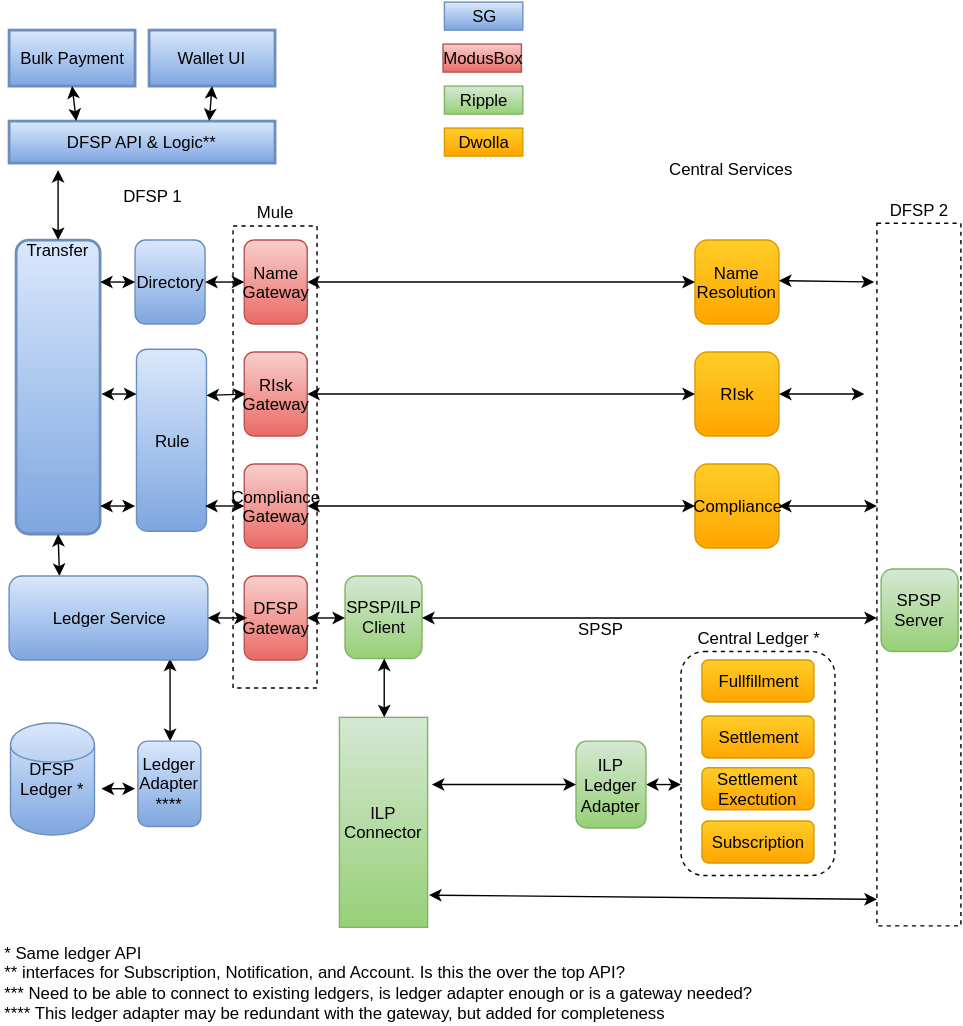
Above: Wiki/Top Level Architecture.svg in maduhu/Documentation (draw.io), before the change. Source tidied: cells renumbered, new cells last; positions are measured from the earlier drawing's top-left corner, leaving out a move shared by most shapes.
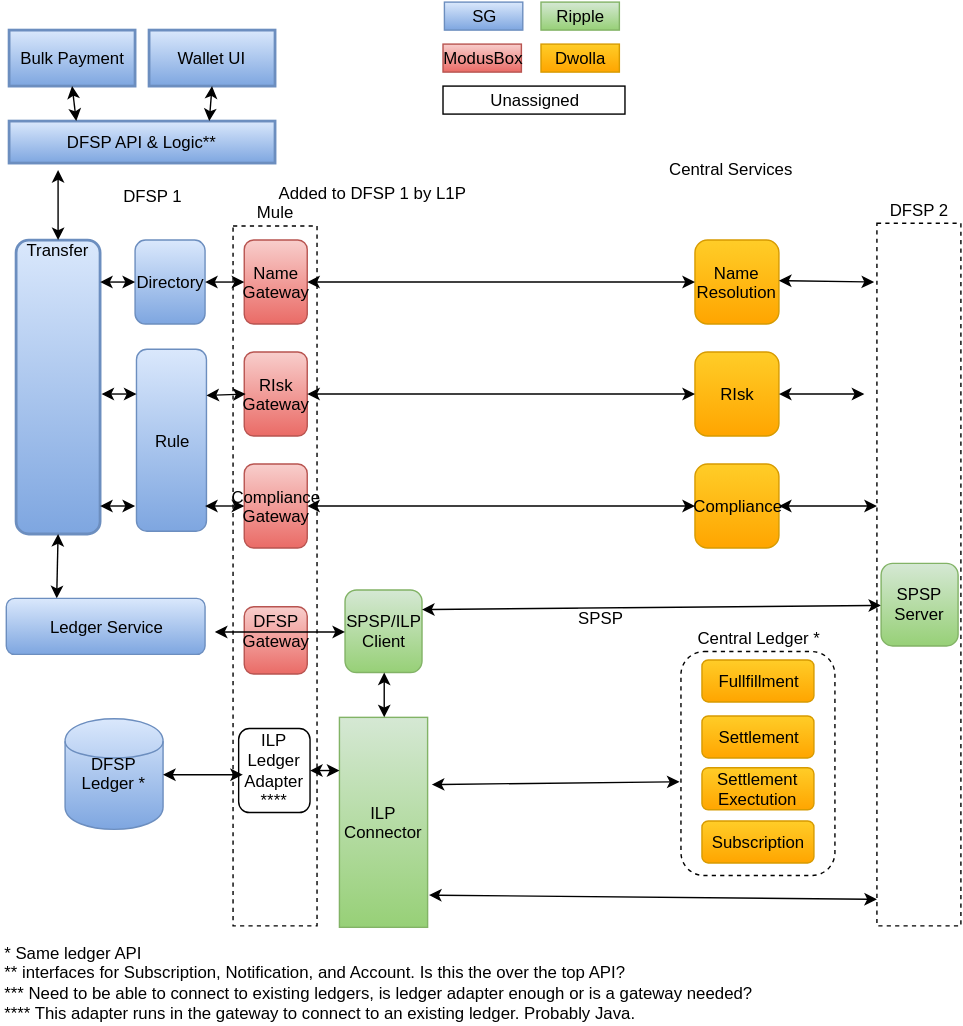
Above is the later version.

Commit message:
Simplified adapter

Moved the adapter into the gateway

The edit, as a diff of the source:
```diff
@@ -6,10 +6,10 @@
       <mxGeometry x="485" y="464" width="110" height="160" as="geometry" />
     </mxCell>
     <mxCell id="3" value="Mule" style="whiteSpace=wrap;html=1;fillColor=none;dashed=1;labelPosition=center;verticalLabelPosition=top;align=center;verticalAlign=bottom;" parent="1" vertex="1">
-      <mxGeometry x="165" y="160" width="60" height="330" as="geometry" />
+      <mxGeometry x="165" y="160" width="60" height="500" as="geometry" />
     </mxCell>
     <mxCell id="4" value="DFSP Ledger *" style="shape=cylinder;whiteSpace=wrap;html=1;plain-blue;" parent="1" vertex="1">
-      <mxGeometry x="6" y="515" width="60" height="80" as="geometry" />
+      <mxGeometry x="45" y="512" width="70" height="79" as="geometry" />
     </mxCell>
     <mxCell id="5" value="&lt;div&gt;Transfer&lt;/div&gt;" style="verticalAlign=middle;align=center;overflow=fill;fontSize=12;fontFamily=Helvetica;html=1;rounded=1;fontStyle=0;strokeWidth=2;plain-blue;labelPosition=center;verticalLabelPosition=middle;" parent="1" vertex="1">
       <mxGeometry x="10" y="170" width="60" height="210" as="geometry" />
@@ -17,13 +17,8 @@
     <mxCell id="6" value="ILP Connector" style="whiteSpace=wrap;html=1;plain-green;" parent="1" vertex="1">
       <mxGeometry x="241" y="511" width="63" height="150" as="geometry" />
     </mxCell>
-    <mxCell id="7" style="endArrow=classic;startArrow=classic;html=1;exitX=1;exitY=0.5;" parent="1" edge="1" source="46">
-      <mxGeometry x="130" y="649" as="geometry">
-        <mxPoint x="485" y="559" as="targetPoint" />
-      </mxGeometry>
-    </mxCell>
     <mxCell id="8" value="&lt;div&gt;SPSP/ILP&lt;/div&gt;&lt;div&gt;Client&lt;/div&gt;" style="rounded=1;whiteSpace=wrap;html=1;plain-green;" parent="1" vertex="1">
-      <mxGeometry x="245" y="410" width="55" height="59" as="geometry" />
+      <mxGeometry x="245" y="420" width="55" height="59" as="geometry" />
     </mxCell>
     <mxCell id="9" style="endArrow=classic;startArrow=classic;html=1;entryX=0.25;entryY=0;exitX=0.5;exitY=1;" parent="1" edge="1" source="5" target="48">
       <mxGeometry x="110" y="457" as="geometry" />
@@ -46,15 +41,12 @@
     <mxCell id="15" style="endArrow=classic;startArrow=classic;html=1;exitX=0.5;exitY=0;entryX=0.184;entryY=1.167;entryPerimeter=0;" parent="1" edge="1" source="5" target="10">
       <mxGeometry x="110" y="236" as="geometry" />
     </mxCell>
-    <mxCell id="16" style="endArrow=classic;startArrow=classic;html=1;entryX=0.5;entryY=0;exitX=0.81;exitY=0.983;exitPerimeter=0;" parent="1" edge="1" source="48" target="54">
-      <mxGeometry x="120" y="577" as="geometry" />
-    </mxCell>
-    <mxCell id="17" value="&lt;div&gt;* Same ledger API&lt;/div&gt;&lt;div&gt;** interfaces for Subscription, Notification, and Account. Is this the over the top API?&lt;/div&gt;&lt;div&gt;*** Need to be able to connect to existing ledgers, is ledger adapter enough or is a gateway needed?&lt;/div&gt;&lt;div&gt;**** This ledger adapter may be redundant with the gateway, but added for completeness&lt;/div&gt;" style="text;html=1;align=left;verticalAlign=top;spacingTop=-4;" parent="1" vertex="1">
+    <mxCell id="17" value="&lt;div&gt;* Same ledger API&lt;/div&gt;&lt;div&gt;** interfaces for Subscription, Notification, and Account. Is this the over the top API?&lt;/div&gt;&lt;div&gt;*** Need to be able to connect to existing ledgers, is ledger adapter enough or is a gateway needed?&lt;/div&gt;&lt;div&gt;**** This adapter runs in the gateway to connect to an existing ledger. Probably Java.&lt;/div&gt;" style="text;html=1;align=left;verticalAlign=top;spacingTop=-4;" parent="1" vertex="1">
       <mxGeometry y="670" width="550" height="60" as="geometry" />
     </mxCell>
-    <mxCell id="18" style="endArrow=classic;startArrow=classic;html=1;exitX=1;exitY=0.5;" parent="1" edge="1" source="8">
-      <mxGeometry x="-40" y="537" as="geometry">
-        <mxPoint x="625" y="440" as="targetPoint" />
+    <mxCell id="18" style="endArrow=classic;startArrow=classic;html=1;exitX=1;exitY=0.5;entryX=0;entryY=0.5;" parent="1" edge="1" target="62">
+      <mxGeometry x="-40" y="539" as="geometry">
+        <mxPoint x="300" y="434" as="sourcePoint" />
       </mxGeometry>
     </mxCell>
     <mxCell id="19" value="SPSP" style="text;html=1;align=center;verticalAlign=middle;labelBackgroundColor=#ffffff;" parent="18" vertex="1">
@@ -136,10 +128,10 @@
         <mxPoint x="495" y="560" as="targetPoint" />
       </mxGeometry>
     </mxCell>
-    <mxCell id="39" value="DFSP Gateway" style="rounded=1;whiteSpace=wrap;html=1;plain-red;" parent="1" vertex="1">
-      <mxGeometry x="173" y="410" width="45" height="60" as="geometry" />
+    <mxCell id="39" value="&lt;div&gt;DFSP Gateway&lt;/div&gt;&lt;div&gt;&lt;div&gt;&lt;br&gt;&lt;/div&gt;&lt;/div&gt;" style="rounded=1;whiteSpace=wrap;html=1;plain-red;" parent="1" vertex="1">
+      <mxGeometry x="173" y="432" width="45" height="48" as="geometry" />
     </mxCell>
-    <mxCell id="40" style="endArrow=classic;startArrow=classic;html=1;exitX=1;exitY=0.5;entryX=0;entryY=0.5;" parent="1" edge="1" source="39" target="8">
+    <mxCell id="40" style="endArrow=classic;startArrow=classic;html=1;exitX=1.049;exitY=0.6;entryX=0;entryY=0.5;exitPerimeter=0;" parent="1" edge="1" source="48" target="8">
       <mxGeometry x="120" y="467" as="geometry" />
     </mxCell>
     <mxCell id="41" value="DFSP 2" style="whiteSpace=wrap;html=1;fillColor=none;dashed=1;labelPosition=center;verticalLabelPosition=top;align=center;verticalAlign=bottom;" parent="1" vertex="1">
@@ -166,19 +158,14 @@
     <mxCell id="45" style="endArrow=classic;startArrow=classic;html=1;exitX=0.5;exitY=1;entryX=0.5;entryY=0;" parent="1" edge="1" source="8" target="6">
       <mxGeometry x="130" y="399" as="geometry" />
     </mxCell>
-    <mxCell id="46" value="ILP Ledger Adapter" style="rounded=1;whiteSpace=wrap;html=1;plain-green;" parent="1" vertex="1">
-      <mxGeometry x="410" y="528" width="50" height="62" as="geometry" />
-    </mxCell>
-    <mxCell id="47" style="endArrow=classic;startArrow=classic;html=1;entryX=0;entryY=0.5;exitX=1.04;exitY=0.32;exitPerimeter=0;" parent="1" edge="1" source="6" target="46">
+    <mxCell id="47" style="endArrow=classic;startArrow=classic;html=1;entryX=-0.009;entryY=0.581;exitX=1.04;exitY=0.32;exitPerimeter=0;entryPerimeter=0;" parent="1" edge="1" source="6" target="2">
       <mxGeometry x="115" y="649" as="geometry" />
     </mxCell>
     <mxCell id="48" value="Ledger Service" style="rounded=1;whiteSpace=wrap;html=1;plain-blue;" parent="1" vertex="1">
-      <mxGeometry x="5" y="410" width="142" height="60" as="geometry" />
+      <mxGeometry x="3" y="426" width="142" height="40" as="geometry" />
     </mxCell>
-    <mxCell id="49" style="endArrow=classic;startArrow=classic;html=1;exitX=1;exitY=0.5;" parent="1" edge="1" source="48">
-      <mxGeometry x="120" y="467" as="geometry">
-        <mxPoint x="175" y="440" as="targetPoint" />
-      </mxGeometry>
+    <mxCell id="49" style="endArrow=classic;startArrow=classic;html=1;exitX=1;exitY=0.5;entryX=0;entryY=0.25;" parent="1" edge="1" source="54" target="6">
+      <mxGeometry x="120" y="467" as="geometry" />
     </mxCell>
     <mxCell id="50" value="ModusBox" style="whiteSpace=wrap;html=1;plain-red;" parent="1" vertex="1">
       <mxGeometry x="315" y="30" width="56" height="20" as="geometry" />
@@ -187,18 +174,16 @@
       <mxGeometry x="316" width="56" height="20" as="geometry" />
     </mxCell>
     <mxCell id="52" value="Ripple" style="whiteSpace=wrap;html=1;plain-green;" parent="1" vertex="1">
-      <mxGeometry x="316" y="60" width="56" height="20" as="geometry" />
+      <mxGeometry x="385" width="56" height="20" as="geometry" />
     </mxCell>
     <mxCell id="53" value="Dwolla" style="whiteSpace=wrap;html=1;plain-orange;" parent="1" vertex="1">
-      <mxGeometry x="316" y="90" width="56" height="20" as="geometry" />
+      <mxGeometry x="385" y="30" width="56" height="20" as="geometry" />
     </mxCell>
-    <mxCell id="54" value="&lt;div&gt;Ledger Adapter&lt;/div&gt;&lt;div&gt;****&lt;/div&gt;" style="rounded=1;whiteSpace=wrap;html=1;plain-blue;" parent="1" vertex="1">
-      <mxGeometry x="97" y="528" width="45" height="61" as="geometry" />
+    <mxCell id="54" value="&lt;div&gt;ILP Ledger Adapter&lt;/div&gt;&lt;div&gt;****&lt;/div&gt;" style="rounded=1;whiteSpace=wrap;html=1;fillColor=#ffffff;strokeColor=#000000;" parent="1" vertex="1">
+      <mxGeometry x="169" y="519" width="51" height="60" as="geometry" />
     </mxCell>
-    <mxCell id="55" style="endArrow=classic;startArrow=classic;html=1;exitX=1.083;exitY=0.588;exitPerimeter=0;" parent="1" edge="1" source="4">
-      <mxGeometry x="197" y="579" as="geometry">
-        <mxPoint x="95" y="562" as="targetPoint" />
-      </mxGeometry>
+    <mxCell id="55" style="endArrow=classic;startArrow=classic;html=1;exitX=1;exitY=0.5;entryX=0.117;entryY=0.784;entryPerimeter=0;" parent="1" edge="1" source="4" target="3">
+      <mxGeometry x="197" y="579" as="geometry" />
     </mxCell>
     <mxCell id="56" value="Fullfillment" style="rounded=1;whiteSpace=wrap;html=1;plain-orange;" parent="1" vertex="1">
       <mxGeometry x="500" y="470" width="80" height="30" as="geometry" />
@@ -221,7 +206,13 @@
       <mxGeometry x="85" y="129" width="60" height="20" as="geometry" />
     </mxCell>
     <mxCell id="62" value="&lt;div&gt;SPSP Server&lt;/div&gt;" style="rounded=1;whiteSpace=wrap;html=1;plain-green;" parent="1" vertex="1">
-      <mxGeometry x="628" y="405" width="55" height="59" as="geometry" />
+      <mxGeometry x="628" y="401" width="55" height="59" as="geometry" />
     </mxCell>
+    <mxCell id="63" value="Added to DFSP 1 by L1P" style="text;html=1;align=left;verticalAlign=top;spacingTop=-4;" parent="1" vertex="1">
+      <mxGeometry x="196" y="127" width="150" height="20" as="geometry" />
+    </mxCell>
+    <mxCell id="64" value="Unassigned" style="whiteSpace=wrap;html=1;fillColor=#ffffff;strokeColor=#000000;" parent="1" vertex="1">
+      <mxGeometry x="315" y="60" width="130" height="20" as="geometry" />
+    </mxCell>
   </root>
 </mxGraphModel>
```
